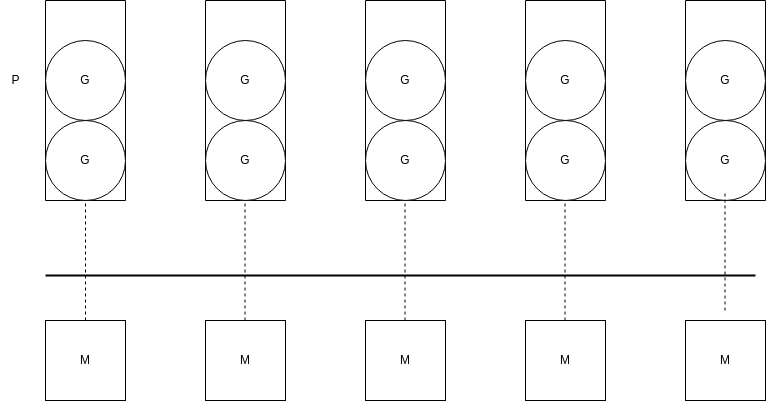
The draw.io diagram img/GPM.png in zlmsx/zlmsx.github.io, before a commit. Source tidied: cells renumbered, new cells last; positions are measured from the earlier drawing's top-left corner, leaving out a move shared by most shapes. Source of this version:
```xml
<mxGraphModel>
  <root>
    <mxCell id="0" />
    <mxCell id="1" parent="0" />
    <mxCell id="2" style="line;strokeWidth=2;html=1;" parent="1" vertex="1">
      <mxGeometry x="45" y="270" width="710" height="10" as="geometry" />
    </mxCell>
    <mxCell id="3" value="M" style="whiteSpace=wrap;html=1;" parent="1" vertex="1">
      <mxGeometry x="45" y="320" width="80" height="80" as="geometry" />
    </mxCell>
    <mxCell id="4" value="M" style="whiteSpace=wrap;html=1;" parent="1" vertex="1">
      <mxGeometry x="205" y="320" width="80" height="80" as="geometry" />
    </mxCell>
    <mxCell id="5" value="M" style="whiteSpace=wrap;html=1;" parent="1" vertex="1">
      <mxGeometry x="365" y="320" width="80" height="80" as="geometry" />
    </mxCell>
    <mxCell id="6" value="M" style="whiteSpace=wrap;html=1;" parent="1" vertex="1">
      <mxGeometry x="525" y="320" width="80" height="80" as="geometry" />
    </mxCell>
    <mxCell id="7" value="M" style="whiteSpace=wrap;html=1;" parent="1" vertex="1">
      <mxGeometry x="685" y="320" width="80" height="80" as="geometry" />
    </mxCell>
    <mxCell id="8" style="rounded=0;whiteSpace=wrap;html=1;direction=south;" parent="1" vertex="1">
      <mxGeometry x="45" width="80" height="200" as="geometry" />
    </mxCell>
    <mxCell id="9" value="P" style="text;html=1;align=center;verticalAlign=middle;strokeColor=none;fillColor=none;" parent="1" vertex="1">
      <mxGeometry y="65" width="30" height="30" as="geometry" />
    </mxCell>
    <mxCell id="10" value="G" style="ellipse;whiteSpace=wrap;html=1;" parent="1" vertex="1">
      <mxGeometry x="45" y="120" width="80" height="80" as="geometry" />
    </mxCell>
    <mxCell id="11" value="G" style="ellipse;whiteSpace=wrap;html=1;" parent="1" vertex="1">
      <mxGeometry x="45" y="40" width="80" height="80" as="geometry" />
    </mxCell>
    <mxCell id="12" style="rounded=0;whiteSpace=wrap;html=1;direction=south;" parent="1" vertex="1">
      <mxGeometry x="205" width="80" height="200" as="geometry" />
    </mxCell>
    <mxCell id="13" value="G" style="ellipse;whiteSpace=wrap;html=1;" parent="1" vertex="1">
      <mxGeometry x="205" y="120" width="80" height="80" as="geometry" />
    </mxCell>
    <mxCell id="14" value="G" style="ellipse;whiteSpace=wrap;html=1;" parent="1" vertex="1">
      <mxGeometry x="205" y="40" width="80" height="80" as="geometry" />
    </mxCell>
    <mxCell id="15" style="rounded=0;whiteSpace=wrap;html=1;direction=south;" parent="1" vertex="1">
      <mxGeometry x="365" width="80" height="200" as="geometry" />
    </mxCell>
    <mxCell id="16" value="G" style="ellipse;whiteSpace=wrap;html=1;" parent="1" vertex="1">
      <mxGeometry x="365" y="120" width="80" height="80" as="geometry" />
    </mxCell>
    <mxCell id="17" value="G" style="ellipse;whiteSpace=wrap;html=1;" parent="1" vertex="1">
      <mxGeometry x="365" y="40" width="80" height="80" as="geometry" />
    </mxCell>
    <mxCell id="18" style="rounded=0;whiteSpace=wrap;html=1;direction=south;" parent="1" vertex="1">
      <mxGeometry x="525" width="80" height="200" as="geometry" />
    </mxCell>
    <mxCell id="19" value="G" style="ellipse;whiteSpace=wrap;html=1;" parent="1" vertex="1">
      <mxGeometry x="525" y="120" width="80" height="80" as="geometry" />
    </mxCell>
    <mxCell id="20" value="G" style="ellipse;whiteSpace=wrap;html=1;" parent="1" vertex="1">
      <mxGeometry x="525" y="40" width="80" height="80" as="geometry" />
    </mxCell>
    <mxCell id="21" style="rounded=0;whiteSpace=wrap;html=1;direction=south;" parent="1" vertex="1">
      <mxGeometry x="685" width="80" height="200" as="geometry" />
    </mxCell>
    <mxCell id="22" value="G" style="ellipse;whiteSpace=wrap;html=1;" parent="1" vertex="1">
      <mxGeometry x="685" y="120" width="80" height="80" as="geometry" />
    </mxCell>
    <mxCell id="23" value="G" style="ellipse;whiteSpace=wrap;html=1;" parent="1" vertex="1">
      <mxGeometry x="685" y="40" width="80" height="80" as="geometry" />
    </mxCell>
    <mxCell id="24" style="endArrow=none;dashed=1;html=1;rounded=0;exitX=0.5;exitY=0;exitDx=0;exitDy=0;entryX=0.5;entryY=1;entryDx=0;entryDy=0;" parent="1" edge="1" source="3" target="10">
      <mxGeometry relative="1" as="geometry" />
    </mxCell>
    <mxCell id="25" style="endArrow=none;dashed=1;html=1;rounded=0;exitX=0.5;exitY=0;exitDx=0;exitDy=0;entryX=0.5;entryY=1;entryDx=0;entryDy=0;" parent="1" edge="1">
      <mxGeometry relative="1" as="geometry">
        <mxPoint x="244.5" y="320" as="sourcePoint" />
        <mxPoint x="244.5" y="200" as="targetPoint" />
      </mxGeometry>
    </mxCell>
    <mxCell id="26" style="endArrow=none;dashed=1;html=1;rounded=0;exitX=0.5;exitY=0;exitDx=0;exitDy=0;entryX=0.5;entryY=1;entryDx=0;entryDy=0;" parent="1" edge="1">
      <mxGeometry relative="1" as="geometry">
        <mxPoint x="404.5" y="320" as="sourcePoint" />
        <mxPoint x="404.5" y="200" as="targetPoint" />
      </mxGeometry>
    </mxCell>
    <mxCell id="27" style="endArrow=none;dashed=1;html=1;rounded=0;exitX=0.5;exitY=0;exitDx=0;exitDy=0;entryX=0.5;entryY=1;entryDx=0;entryDy=0;" parent="1" edge="1">
      <mxGeometry relative="1" as="geometry">
        <mxPoint x="564.5" y="320" as="sourcePoint" />
        <mxPoint x="564.5" y="200" as="targetPoint" />
      </mxGeometry>
    </mxCell>
    <mxCell id="28" style="endArrow=none;dashed=1;html=1;rounded=0;exitX=0.5;exitY=0;exitDx=0;exitDy=0;entryX=0.5;entryY=1;entryDx=0;entryDy=0;" parent="1" edge="1">
      <mxGeometry relative="1" as="geometry">
        <mxPoint x="724.5" y="310" as="sourcePoint" />
        <mxPoint x="724.5" y="190" as="targetPoint" />
      </mxGeometry>
    </mxCell>
  </root>
</mxGraphModel>
```
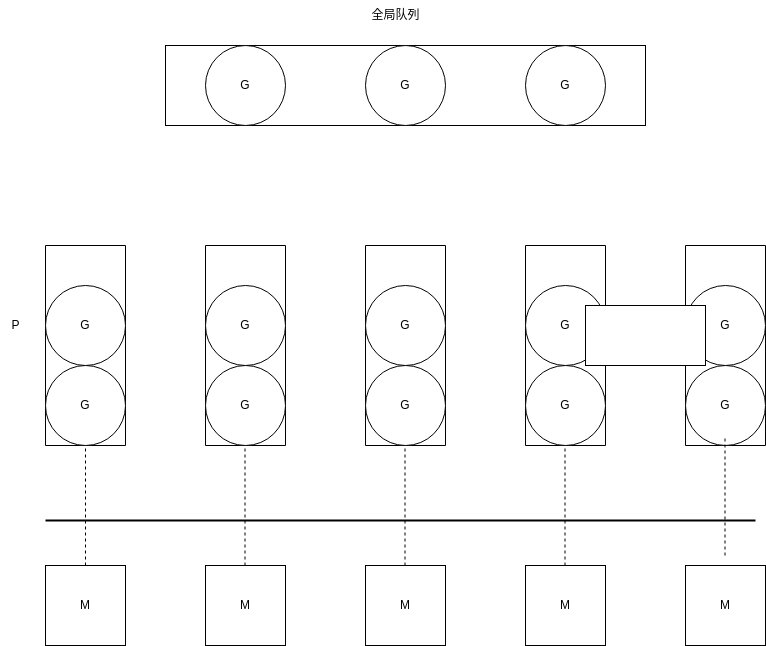
After the change.

Change to the diagram source:
```diff
@@ -95,5 +95,23 @@
         <mxPoint x="724.5" y="190" as="targetPoint" />
       </mxGeometry>
     </mxCell>
+    <mxCell id="29" style="rounded=0;whiteSpace=wrap;html=1;" parent="1" vertex="1">
+      <mxGeometry x="585" y="60" width="120" height="60" as="geometry" />
+    </mxCell>
+    <mxCell id="30" style="rounded=0;whiteSpace=wrap;html=1;" parent="1" vertex="1">
+      <mxGeometry x="165" y="-200" width="480" height="80" as="geometry" />
+    </mxCell>
+    <mxCell id="31" value="G" style="ellipse;whiteSpace=wrap;html=1;" parent="1" vertex="1">
+      <mxGeometry x="205" y="-200" width="80" height="80" as="geometry" />
+    </mxCell>
+    <mxCell id="32" value="G" style="ellipse;whiteSpace=wrap;html=1;" parent="1" vertex="1">
+      <mxGeometry x="365" y="-200" width="80" height="80" as="geometry" />
+    </mxCell>
+    <mxCell id="33" value="G" style="ellipse;whiteSpace=wrap;html=1;" parent="1" vertex="1">
+      <mxGeometry x="525" y="-200" width="80" height="80" as="geometry" />
+    </mxCell>
+    <mxCell id="34" value="全局队列" style="text;html=1;align=center;verticalAlign=middle;strokeColor=none;fillColor=none;" parent="1" vertex="1">
+      <mxGeometry x="360" y="-245" width="70" height="30" as="geometry" />
+    </mxCell>
   </root>
 </mxGraphModel>
```
